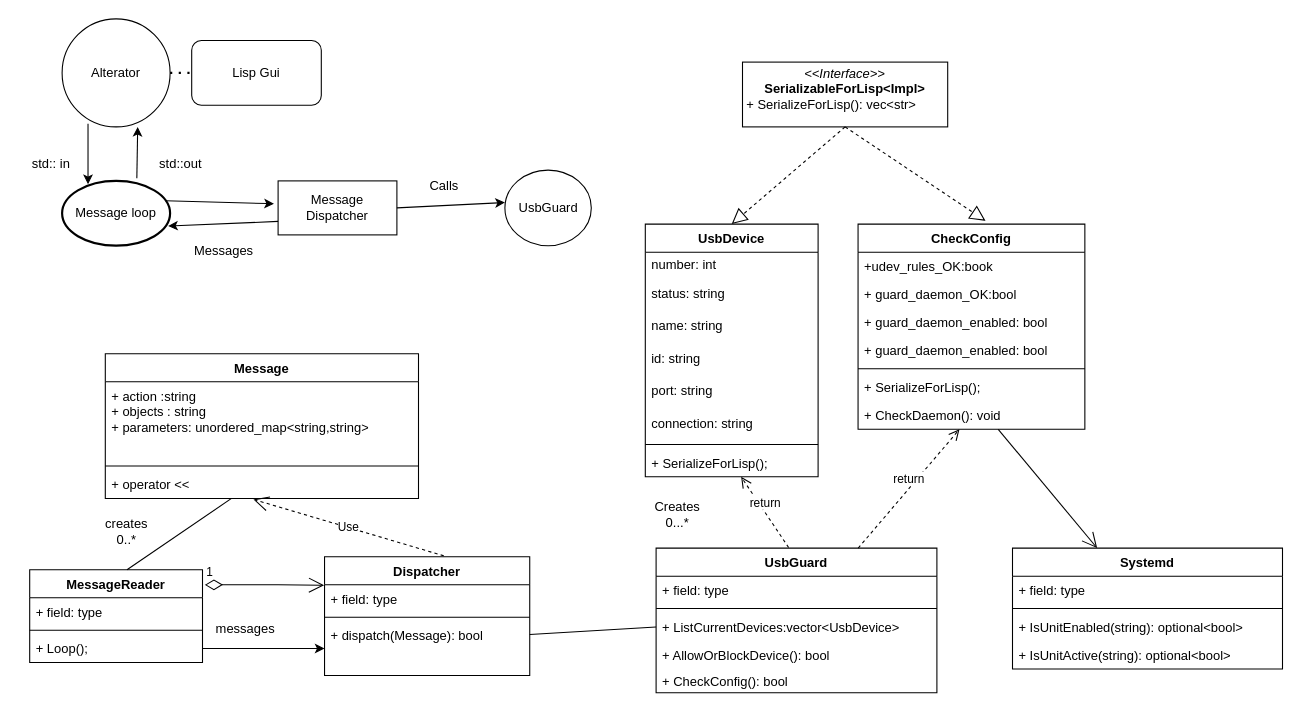
Earlier version of the draw.io diagram Classes.drawio (3036662/alterator-usbmount). Source tidied: cells renumbered, new cells numbered last; positions are measured from the earlier drawing's top-left corner, leaving out a move shared by most shapes. Both pictures are drawn from the tidied source at 108%, with x=0, y=0 at pixel (18, 18).
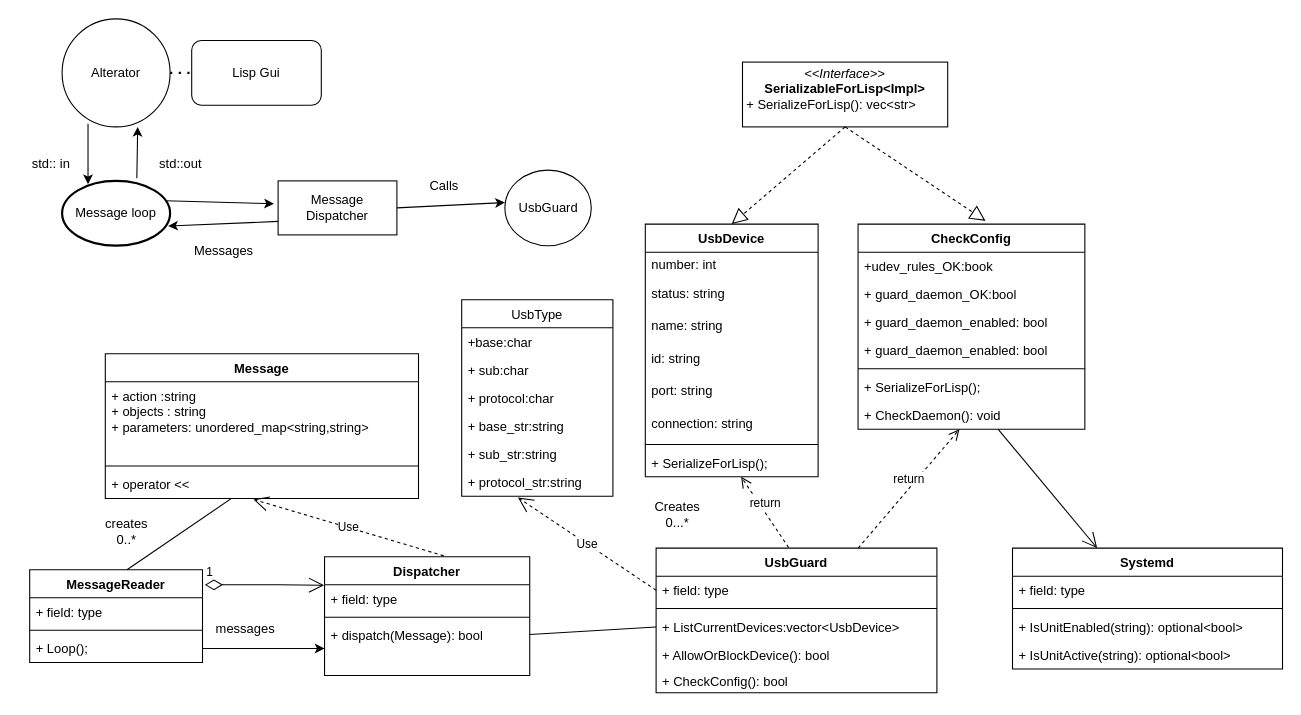
After the change.

Unchanged cells that the change refers to:
```xml
<mxCell id="41" value="+ field: type" style="text;strokeColor=none;fillColor=none;align=left;verticalAlign=top;spacingLeft=4;spacingRight=4;overflow=hidden;points=[[0,0.5],[1,0.5]];portConstraint=eastwest;whiteSpace=wrap;html=1;" parent="40" vertex="1">
  <mxGeometry y="26" width="260" height="26" as="geometry" />
</mxCell>
```

What changed in the source:
```diff
@@
+    <mxCell id="72" value="UsbType" style="swimlane;fontStyle=0;horizontal=1;startSize=26;fillColor=none;" parent="1" vertex="1">
+      <mxGeometry x="410" y="260" width="140" height="182" as="geometry" />
+    </mxCell>
+    <mxCell id="73" value="+base:char" style="text;strokeColor=none;fillColor=none;align=left;verticalAlign=top;spacingLeft=4;spacingRight=4;overflow=hidden;" parent="72" vertex="1">
+      <mxGeometry y="26" width="140" height="26" as="geometry" />
+    </mxCell>
+    <mxCell id="74" value="+ sub:char" style="text;strokeColor=none;fillColor=none;align=left;verticalAlign=top;spacingLeft=4;spacingRight=4;overflow=hidden;" parent="72" vertex="1">
+      <mxGeometry y="52" width="140" height="26" as="geometry" />
+    </mxCell>
+    <mxCell id="75" value="+ protocol:char" style="text;strokeColor=none;fillColor=none;align=left;verticalAlign=top;spacingLeft=4;spacingRight=4;overflow=hidden;" parent="72" vertex="1">
+      <mxGeometry y="78" width="140" height="26" as="geometry" />
+    </mxCell>
+    <mxCell id="76" value="+ base_str:string" style="text;strokeColor=none;fillColor=none;align=left;verticalAlign=top;spacingLeft=4;spacingRight=4;overflow=hidden;" parent="72" vertex="1">
+      <mxGeometry y="104" width="140" height="26" as="geometry" />
+    </mxCell>
+    <mxCell id="77" value="+ sub_str:string" style="text;strokeColor=none;fillColor=none;align=left;verticalAlign=top;spacingLeft=4;spacingRight=4;overflow=hidden;" parent="72" vertex="1">
+      <mxGeometry y="130" width="140" height="26" as="geometry" />
+    </mxCell>
+    <mxCell id="78" value="+ protocol_str:string" style="text;strokeColor=none;fillColor=none;align=left;verticalAlign=top;spacingLeft=4;spacingRight=4;overflow=hidden;points=[[0,0.5],[1,0.5]];portConstraint=eastwest;" parent="72" vertex="1">
+      <mxGeometry y="156" width="140" height="26" as="geometry" />
+    </mxCell>
+    <mxCell id="79" value="Use" style="endArrow=open;endSize=12;dashed=1;html=1;exitX=0;exitY=0.5;exitDx=0;exitDy=0;entryX=0.372;entryY=1.047;entryDx=0;entryDy=0;entryPerimeter=0;" parent="1" edge="1" source="41" target="78">
+      <mxGeometry relative="1" as="geometry" />
+    </mxCell>
```
